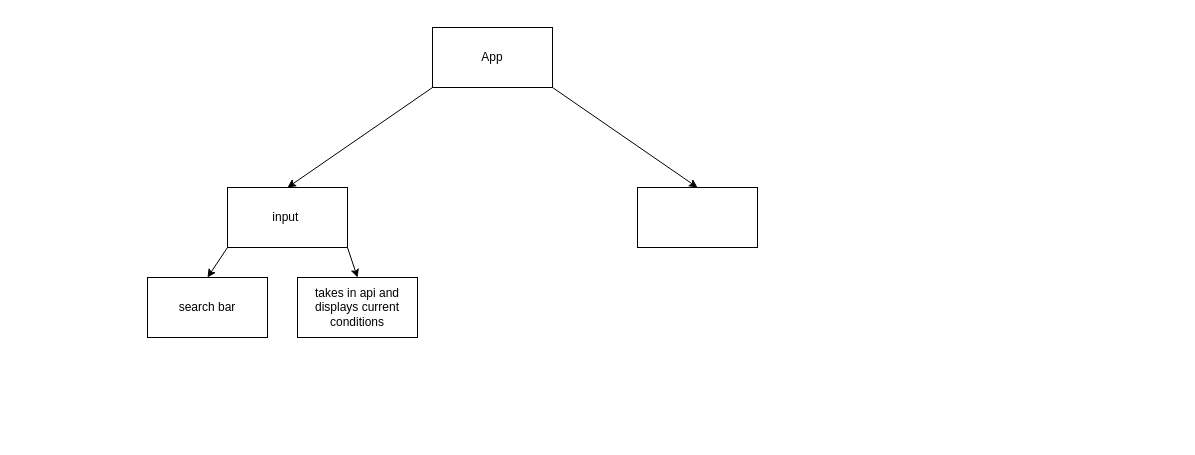
Before: componnetTree.drawio in ElijahBurke/bc14_w11d5_hackathon_react-typescript-theo-david-ben, a draw.io diagram. Source tidied: cells renumbered, new cells numbered last; positions are measured from the earlier drawing's top-left corner, leaving out a move shared by most shapes. Both pictures are drawn from the tidied source at 100%, with x=0, y=0 at pixel (147, 27).
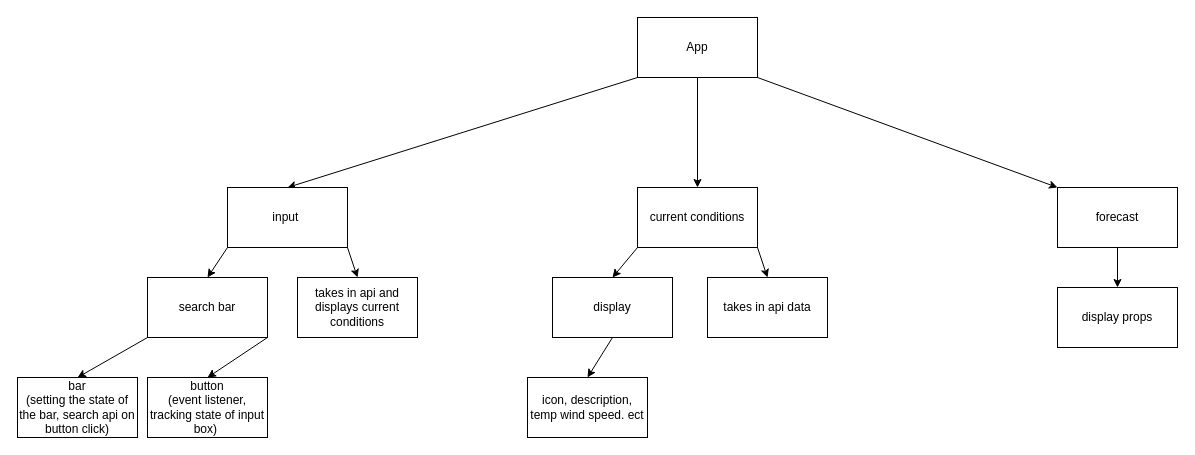
After the change.

The change refers to these unchanged cells:
```xml
<mxCell id="5" value="input&amp;nbsp;" style="rounded=0;whiteSpace=wrap;html=1;" parent="1" vertex="1">
  <mxGeometry x="80" y="160" width="120" height="60" as="geometry" />
</mxCell>
<mxCell id="7" value="search bar" style="rounded=0;whiteSpace=wrap;html=1;" parent="1" vertex="1">
  <mxGeometry y="250" width="120" height="60" as="geometry" />
</mxCell>
```

What changed in the source:
```diff
@@
     <mxCell id="2" value="App" style="rounded=0;whiteSpace=wrap;html=1;" parent="1" vertex="1">
-      <mxGeometry x="285" width="120" height="60" as="geometry" />
+      <mxGeometry x="490" y="-10" width="120" height="60" as="geometry" />
     </mxCell>
-    <mxCell id="3" style="endArrow=classic;html=1;entryX=0.5;entryY=0;entryDx=0;entryDy=0;" parent="1" edge="1" target="5">
-      <mxGeometry relative="1" as="geometry">
-        <mxPoint x="285" y="60" as="sourcePoint" />
-      </mxGeometry>
+    <mxCell id="3" style="endArrow=classic;html=1;entryX=0.5;entryY=0;entryDx=0;entryDy=0;exitX=0;exitY=1;exitDx=0;exitDy=0;" parent="1" edge="1" source="2" target="5">
+      <mxGeometry relative="1" as="geometry" />
     </mxCell>
-    <mxCell id="4" style="endArrow=classic;html=1;entryX=0.5;entryY=0;entryDx=0;entryDy=0;" parent="1" edge="1" target="6">
-      <mxGeometry relative="1" as="geometry">
-        <mxPoint x="405" y="60" as="sourcePoint" />
-      </mxGeometry>
+    <mxCell id="4" style="endArrow=classic;html=1;entryX=0.5;entryY=0;entryDx=0;entryDy=0;exitX=0.5;exitY=1;exitDx=0;exitDy=0;" parent="1" edge="1" source="2" target="6">
+      <mxGeometry relative="1" as="geometry" />
     </mxCell>
@@
-    <mxCell id="6" style="rounded=0;whiteSpace=wrap;html=1;" parent="1" vertex="1">
+    <mxCell id="6" value="current conditions" style="rounded=0;whiteSpace=wrap;html=1;" parent="1" vertex="1">
       <mxGeometry x="490" y="160" width="120" height="60" as="geometry" />
     </mxCell>
@@
+    <mxCell id="11" value="icon, description, temp wind speed. ect" style="rounded=0;whiteSpace=wrap;html=1;" parent="1" vertex="1">
+      <mxGeometry x="380" y="350" width="120" height="60" as="geometry" />
+    </mxCell>
+    <mxCell id="12" value="takes in api data" style="rounded=0;whiteSpace=wrap;html=1;" parent="1" vertex="1">
+      <mxGeometry x="560" y="250" width="120" height="60" as="geometry" />
+    </mxCell>
+    <mxCell id="13" style="endArrow=classic;html=1;exitX=0;exitY=1;exitDx=0;exitDy=0;entryX=0.5;entryY=0;entryDx=0;entryDy=0;" parent="1" edge="1" target="19">
+      <mxGeometry relative="1" as="geometry">
+        <mxPoint x="490" y="220" as="sourcePoint" />
+      </mxGeometry>
+    </mxCell>
+    <mxCell id="14" style="endArrow=classic;html=1;exitX=1;exitY=1;exitDx=0;exitDy=0;entryX=0.5;entryY=0;entryDx=0;entryDy=0;" parent="1" edge="1" target="12">
+      <mxGeometry relative="1" as="geometry">
+        <mxPoint x="610" y="220" as="sourcePoint" />
+      </mxGeometry>
+    </mxCell>
+    <mxCell id="15" value="bar&lt;br&gt;(setting the state of the bar, search api on button click)" style="rounded=0;whiteSpace=wrap;html=1;" parent="1" vertex="1">
+      <mxGeometry x="-130" y="350" width="120" height="60" as="geometry" />
+    </mxCell>
+    <mxCell id="16" value="button&lt;br&gt;(event listener, tracking state of input box)&amp;nbsp;" style="rounded=0;whiteSpace=wrap;html=1;" parent="1" vertex="1">
+      <mxGeometry y="350" width="120" height="60" as="geometry" />
+    </mxCell>
+    <mxCell id="17" style="endArrow=classic;html=1;exitX=0;exitY=1;exitDx=0;exitDy=0;entryX=0.5;entryY=0;entryDx=0;entryDy=0;" parent="1" edge="1" source="7" target="15">
+      <mxGeometry relative="1" as="geometry" />
+    </mxCell>
+    <mxCell id="18" style="endArrow=classic;html=1;exitX=0;exitY=1;exitDx=0;exitDy=0;entryX=0.5;entryY=0;entryDx=0;entryDy=0;" parent="1" edge="1" target="16">
+      <mxGeometry relative="1" as="geometry">
+        <mxPoint x="120" y="310" as="sourcePoint" />
+      </mxGeometry>
+    </mxCell>
+    <mxCell id="19" value="display" style="rounded=0;whiteSpace=wrap;html=1;" parent="1" vertex="1">
+      <mxGeometry x="405" y="250" width="120" height="60" as="geometry" />
+    </mxCell>
+    <mxCell id="20" style="endArrow=classic;html=1;exitX=0;exitY=1;exitDx=0;exitDy=0;entryX=0.5;entryY=0;entryDx=0;entryDy=0;" parent="1" edge="1" target="11">
+      <mxGeometry relative="1" as="geometry">
+        <mxPoint x="465" y="310" as="sourcePoint" />
+      </mxGeometry>
+    </mxCell>
+    <mxCell id="21" value="forecast" style="rounded=0;whiteSpace=wrap;html=1;" parent="1" vertex="1">
+      <mxGeometry x="910" y="160" width="120" height="60" as="geometry" />
+    </mxCell>
+    <mxCell id="22" style="endArrow=classic;html=1;entryX=0;entryY=0;entryDx=0;entryDy=0;" parent="1" edge="1" target="21">
+      <mxGeometry relative="1" as="geometry">
+        <mxPoint x="610" y="50" as="sourcePoint" />
+      </mxGeometry>
+    </mxCell>
+    <mxCell id="23" value="display props" style="rounded=0;whiteSpace=wrap;html=1;" parent="1" vertex="1">
+      <mxGeometry x="910" y="260" width="120" height="60" as="geometry" />
+    </mxCell>
+    <mxCell id="24" style="endArrow=classic;html=1;entryX=0.5;entryY=0;entryDx=0;entryDy=0;" parent="1" edge="1" target="23">
+      <mxGeometry relative="1" as="geometry">
+        <mxPoint x="970" y="220" as="sourcePoint" />
+      </mxGeometry>
+    </mxCell>
```
